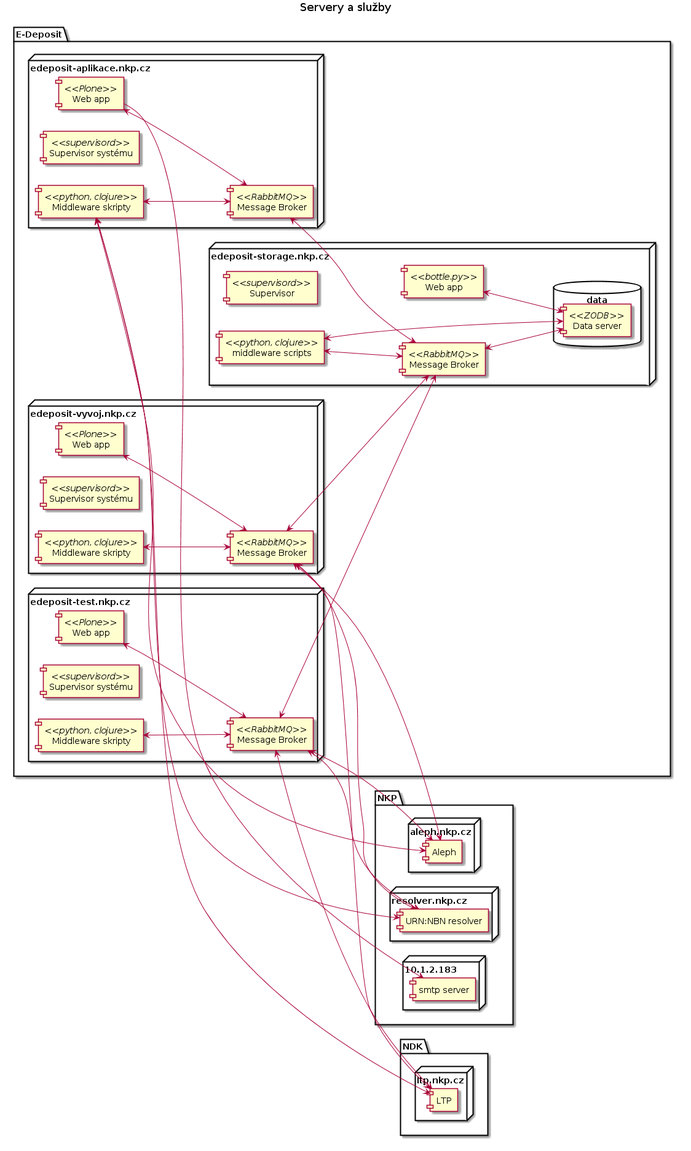
Earlier version of the PlantUML export docs/servers.png (edeposit/edeposit).
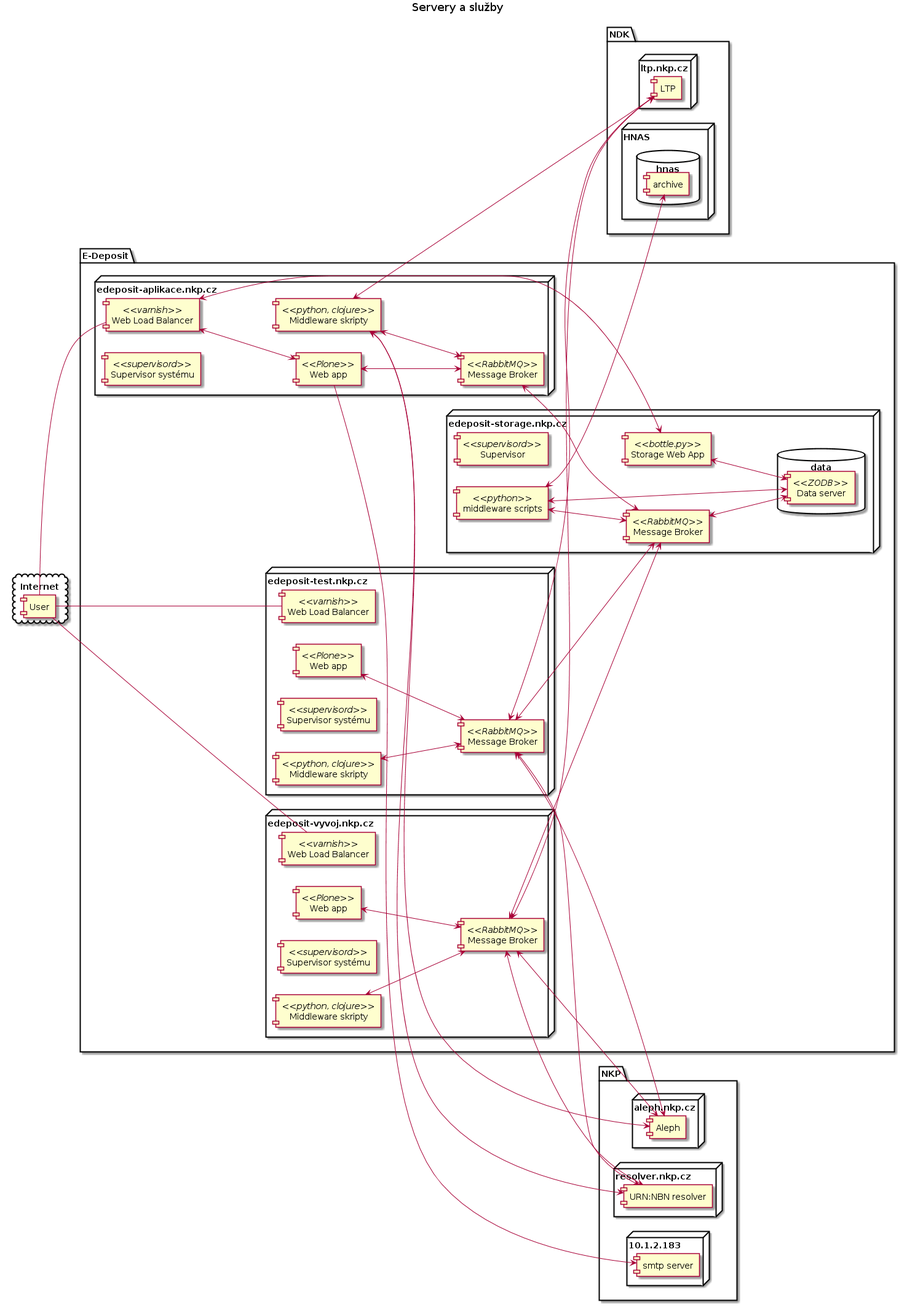
After the change.

Diff of the diagram source:
```diff
@@ -2,52 +2,68 @@
 left to right direction
 title Servery a slu?by
 
+
 package "E-Deposit" {
+
     node edeposit-aplikace.nkp.cz {
+    [Web Load Balancer] as Varnish <<varnish>>
     [Web app] <<Plone>>
     [Message Broker] <<RabbitMQ>>
     [Supervisor systému] <<supervisord>>
     [Middleware skripty] <<python, clojure>>
     [Web app] <---> [Message Broker]
     [Middleware skripty] <---> [Message Broker]
+    Varnish <---> [Web app]
+    }
+
+
+    node edeposit-vyvoj.nkp.cz {
+    [Web Load Balancer] as VyvojVarnish <<varnish>>
+    [Web app] as VyvojWeb <<Plone>>
+    [Message Broker] as VyvojMB <<RabbitMQ>>
+    [Supervisor systému] as VyvojSupervisor <<supervisord>>
+    [Middleware skripty] as VyvojMiddleware <<python, clojure>>
+    VyvojWeb <---> VyvojMB
+    VyvojMiddleware <---> VyvojMB
+    }
+
+    node edeposit-test.nkp.cz {
+    [Web Load Balancer] as TestVarnish <<varnish>>
+    [Web app] as TestWeb <<Plone>>
+    [Message Broker] as TestMB <<RabbitMQ>>
+    [Supervisor systému] as TestSupervisor <<supervisord>>
+    [Middleware skripty] as TestMiddleware <<python, clojure>>
+    TestWeb <---> TestMB
+    TestMiddleware <---> TestMB
+    }
+
+    node edeposit-storage.nkp.cz {
+       [Storage Web App] as StorageWeb <<bottle.py>>
+       [Message Broker] as StorageMB <<RabbitMQ>>
+       [Supervisor] as StorageSupervisor <<supervisord>>
+       [middleware scripts] as StorageMiddleware <<python>>
+       database data {
+         [Data server] <<ZODB>>
+       }
+
+       StorageWeb <---> [Data server]
+       StorageMB <---> [Data server]
+       StorageMiddleware <---> StorageMB
+       StorageMiddleware <---> [Data server]
+    }
+    [Message Broker] <---> StorageMB
+    VyvojMB <---> StorageMB
+    TestMB <---> StorageMB
+    Varnish <---> StorageWeb
 }
 
-node edeposit-vyvoj.nkp.cz {
-[Web app] as VyvojWeb <<Plone>>
-[Message Broker] as VyvojMB <<RabbitMQ>>
-[Supervisor systému] as VyvojSupervisor <<supervisord>>
-[Middleware skripty] as VyvojMiddleware <<python, clojure>>
-VyvojWeb <---> VyvojMB
-VyvojMiddleware <---> VyvojMB
+cloud "Internet" {
+    [User]
 }
 
-node edeposit-test.nkp.cz {
-[Web app] as TestWeb <<Plone>>
-[Message Broker] as TestMB <<RabbitMQ>>
-[Supervisor systému] as TestSupervisor <<supervisord>>
-[Middleware skripty] as TestMiddleware <<python, clojure>>
-TestWeb <---> TestMB
-TestMiddleware <---> TestMB
-}
-
-node edeposit-storage.nkp.cz {
-[Web app] as StorageWeb <<bottle.py>>
-[Message Broker] as StorageMB <<RabbitMQ>>
-[Supervisor] as StorageSupervisor <<supervisord>>
-[middleware scripts] as StorageMiddleware <<python, clojure>>
-database data {
-  [Data server] <<ZODB>>
-}
-StorageWeb <---> [Data server]
-StorageMB <---> [Data server]
-StorageMiddleware <---> StorageMB
-StorageMiddleware <---> [Data server]
-}
-
-[Message Broker] <---> StorageMB
-VyvojMB <---> StorageMB
-TestMB <---> StorageMB
-}
+[User] - Varnish
+[User] - TestVarnish
+[User] - VyvojVarnish
 
 package "NKP" {
 node 10.1.2.183 {
@@ -80,6 +96,13 @@
 TestMB <---> [LTP]
 }
 
+node HNAS {
+database hnas {
+   [archive]
+}
+}
 }
 
+StorageMiddleware <---> archive
+
 @enduml
```
